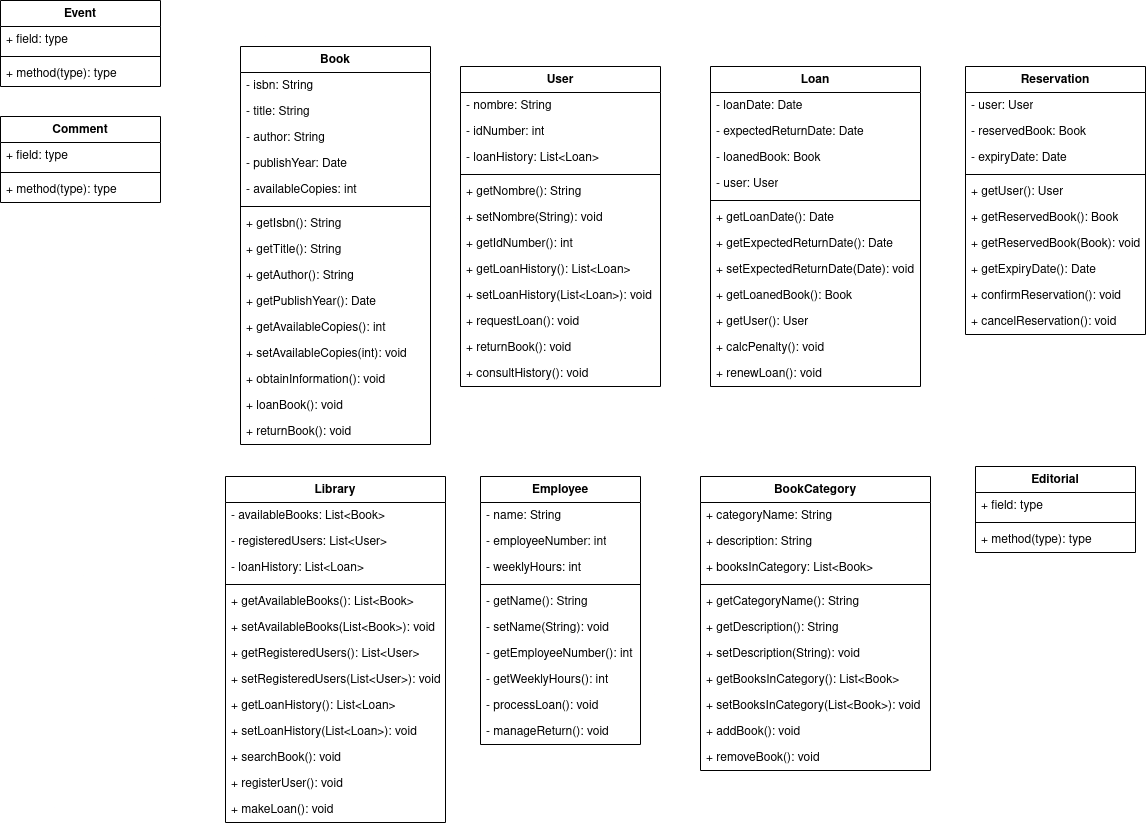
Earlier version of the draw.io export proyecto/classdiagram/classdiagramlibrary.png (mackstm/ets). Source tidied: cells renumbered, new cells last; positions are measured from the earlier drawing's top-left corner, leaving out a move shared by most shapes.
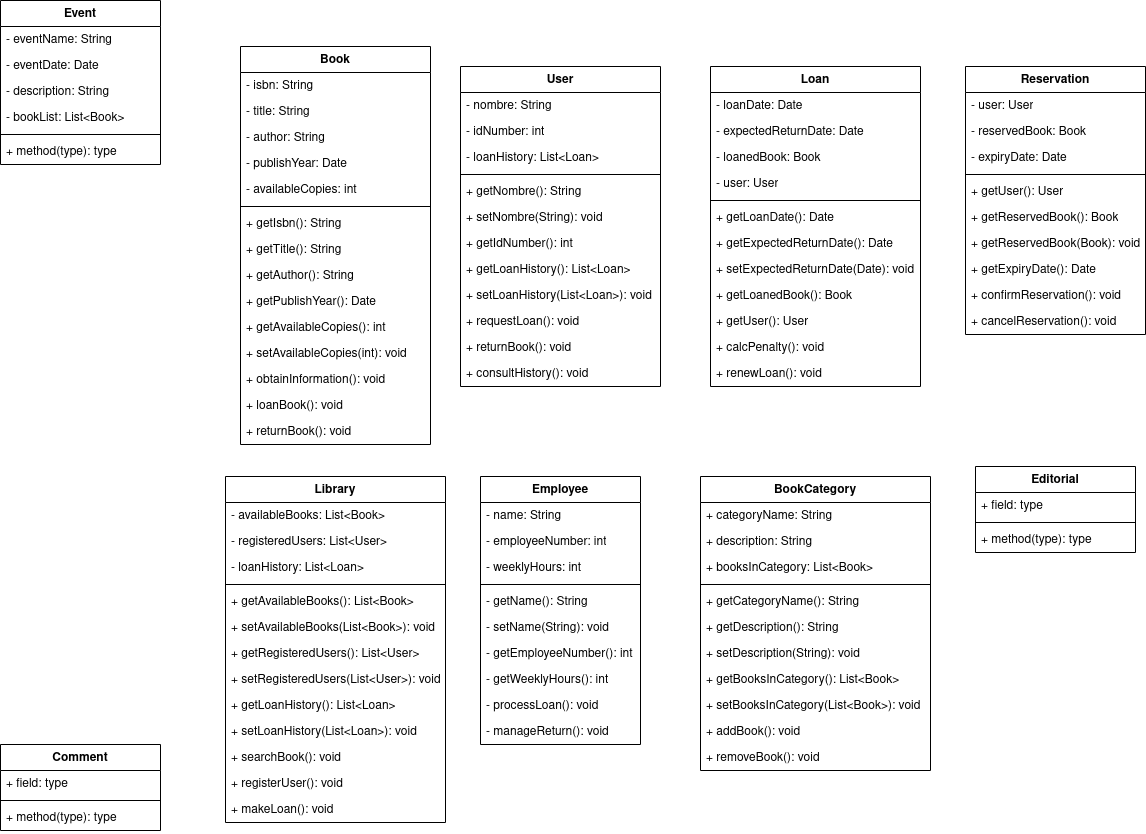
After the change.

Change to the diagram source:
```diff
@@ -165,16 +165,25 @@
       <mxGeometry y="294" width="200" height="26" as="geometry" />
     </mxCell>
     <mxCell id="56" value="Event" style="swimlane;fontStyle=1;align=center;verticalAlign=top;horizontal=1;startSize=26;whiteSpace=wrap;html=1;" parent="1" vertex="1">
-      <mxGeometry width="160" height="86" as="geometry" />
+      <mxGeometry width="160" height="164" as="geometry" />
     </mxCell>
-    <mxCell id="57" value="+ field: type" style="text;strokeColor=none;fillColor=none;align=left;verticalAlign=top;spacingLeft=4;spacingRight=4;overflow=hidden;whiteSpace=wrap;html=1;" parent="56" vertex="1">
+    <mxCell id="57" value="- eventName: String" style="text;strokeColor=none;fillColor=none;align=left;verticalAlign=top;spacingLeft=4;spacingRight=4;overflow=hidden;whiteSpace=wrap;html=1;" parent="56" vertex="1">
       <mxGeometry y="26" width="160" height="26" as="geometry" />
     </mxCell>
+    <mxCell id="104" value="- eventDate: Date" style="text;strokeColor=none;fillColor=none;align=left;verticalAlign=top;spacingLeft=4;spacingRight=4;overflow=hidden;whiteSpace=wrap;html=1;" parent="56" vertex="1">
+      <mxGeometry y="52" width="160" height="26" as="geometry" />
+    </mxCell>
+    <mxCell id="105" value="&lt;div&gt;- description: String&lt;br&gt;&lt;/div&gt;" style="text;strokeColor=none;fillColor=none;align=left;verticalAlign=top;spacingLeft=4;spacingRight=4;overflow=hidden;whiteSpace=wrap;html=1;" parent="56" vertex="1">
+      <mxGeometry y="78" width="160" height="26" as="geometry" />
+    </mxCell>
+    <mxCell id="106" value="- bookList: List&amp;lt;Book&amp;gt;" style="text;strokeColor=none;fillColor=none;align=left;verticalAlign=top;spacingLeft=4;spacingRight=4;overflow=hidden;whiteSpace=wrap;html=1;" parent="56" vertex="1">
+      <mxGeometry y="104" width="160" height="26" as="geometry" />
+    </mxCell>
     <mxCell id="58" style="line;strokeWidth=1;fillColor=none;align=left;verticalAlign=middle;spacingTop=-1;spacingLeft=3;spacingRight=3;labelPosition=right;strokeColor=inherit;" parent="56" vertex="1">
-      <mxGeometry y="52" width="160" height="8" as="geometry" />
+      <mxGeometry y="130" width="160" height="8" as="geometry" />
     </mxCell>
     <mxCell id="59" value="+ method(type): type" style="text;strokeColor=none;fillColor=none;align=left;verticalAlign=top;spacingLeft=4;spacingRight=4;overflow=hidden;whiteSpace=wrap;html=1;" parent="56" vertex="1">
-      <mxGeometry y="60" width="160" height="26" as="geometry" />
+      <mxGeometry y="138" width="160" height="26" as="geometry" />
     </mxCell>
     <mxCell id="60" value="Employee" style="swimlane;fontStyle=1;align=center;verticalAlign=top;horizontal=1;startSize=26;whiteSpace=wrap;html=1;" parent="1" vertex="1">
       <mxGeometry x="480" y="476" width="160" height="268" as="geometry" />
@@ -297,7 +306,7 @@
       <mxGeometry y="60" width="160" height="26" as="geometry" />
     </mxCell>
     <mxCell id="100" value="Comment" style="swimlane;fontStyle=1;align=center;verticalAlign=top;horizontal=1;startSize=26;whiteSpace=wrap;html=1;" parent="1" vertex="1">
-      <mxGeometry y="116" width="160" height="86" as="geometry" />
+      <mxGeometry y="744" width="160" height="86" as="geometry" />
     </mxCell>
     <mxCell id="101" value="+ field: type" style="text;strokeColor=none;fillColor=none;align=left;verticalAlign=top;spacingLeft=4;spacingRight=4;overflow=hidden;whiteSpace=wrap;html=1;" parent="100" vertex="1">
       <mxGeometry y="26" width="160" height="26" as="geometry" />
```
